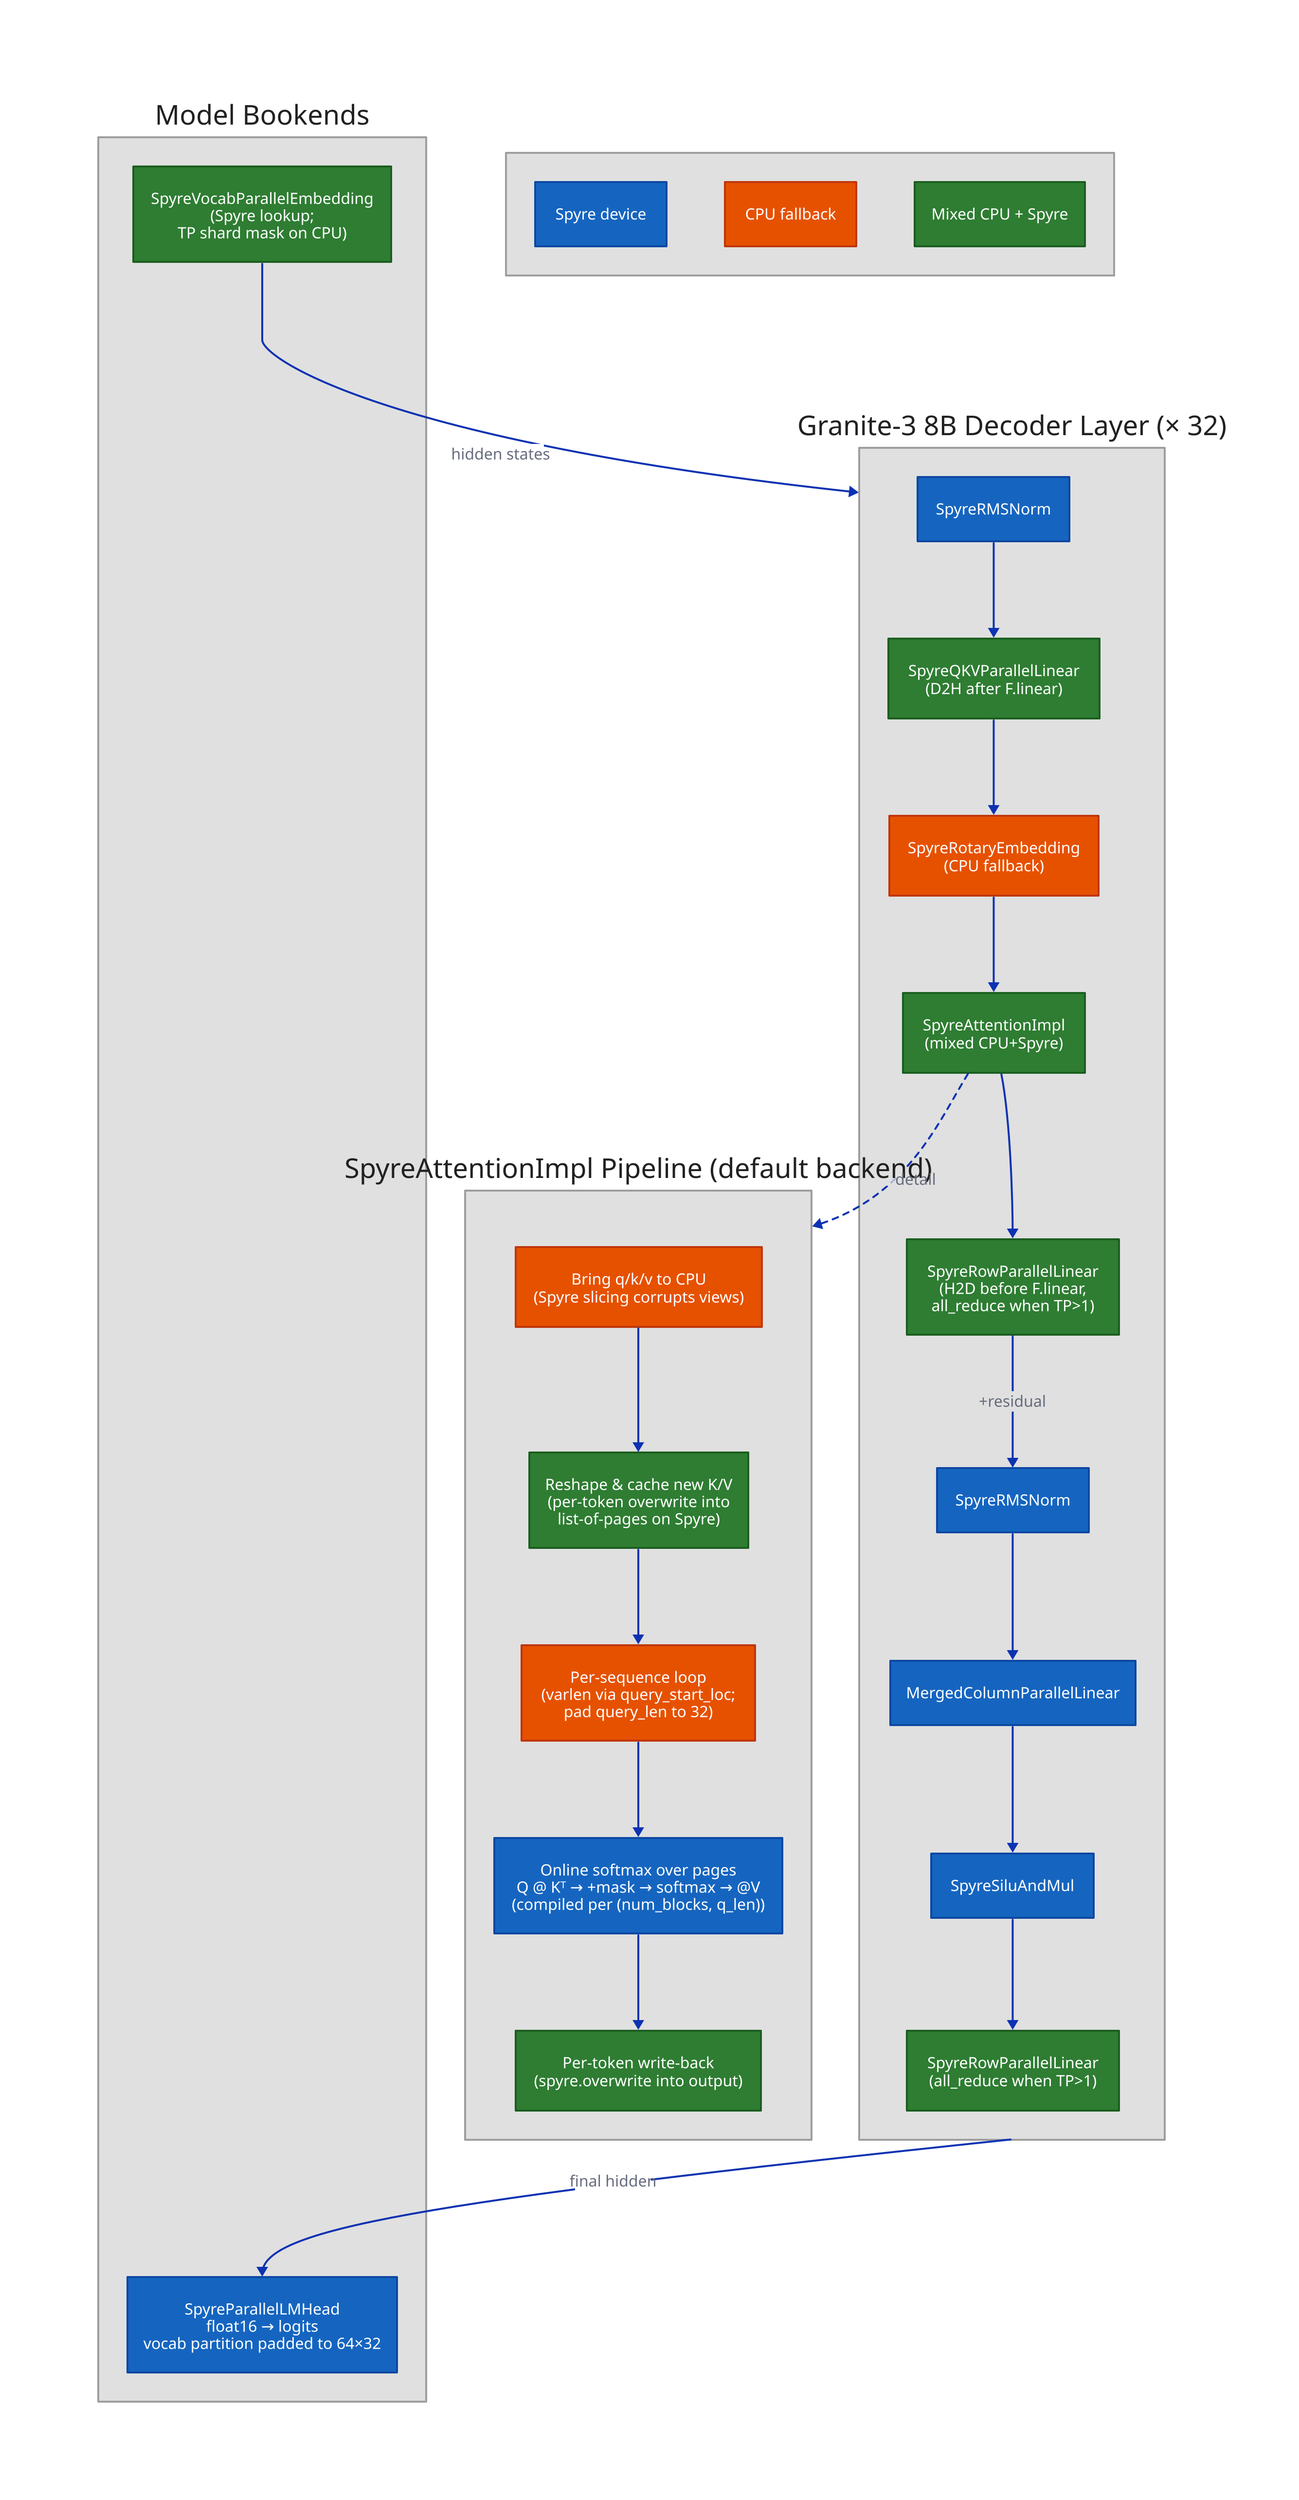
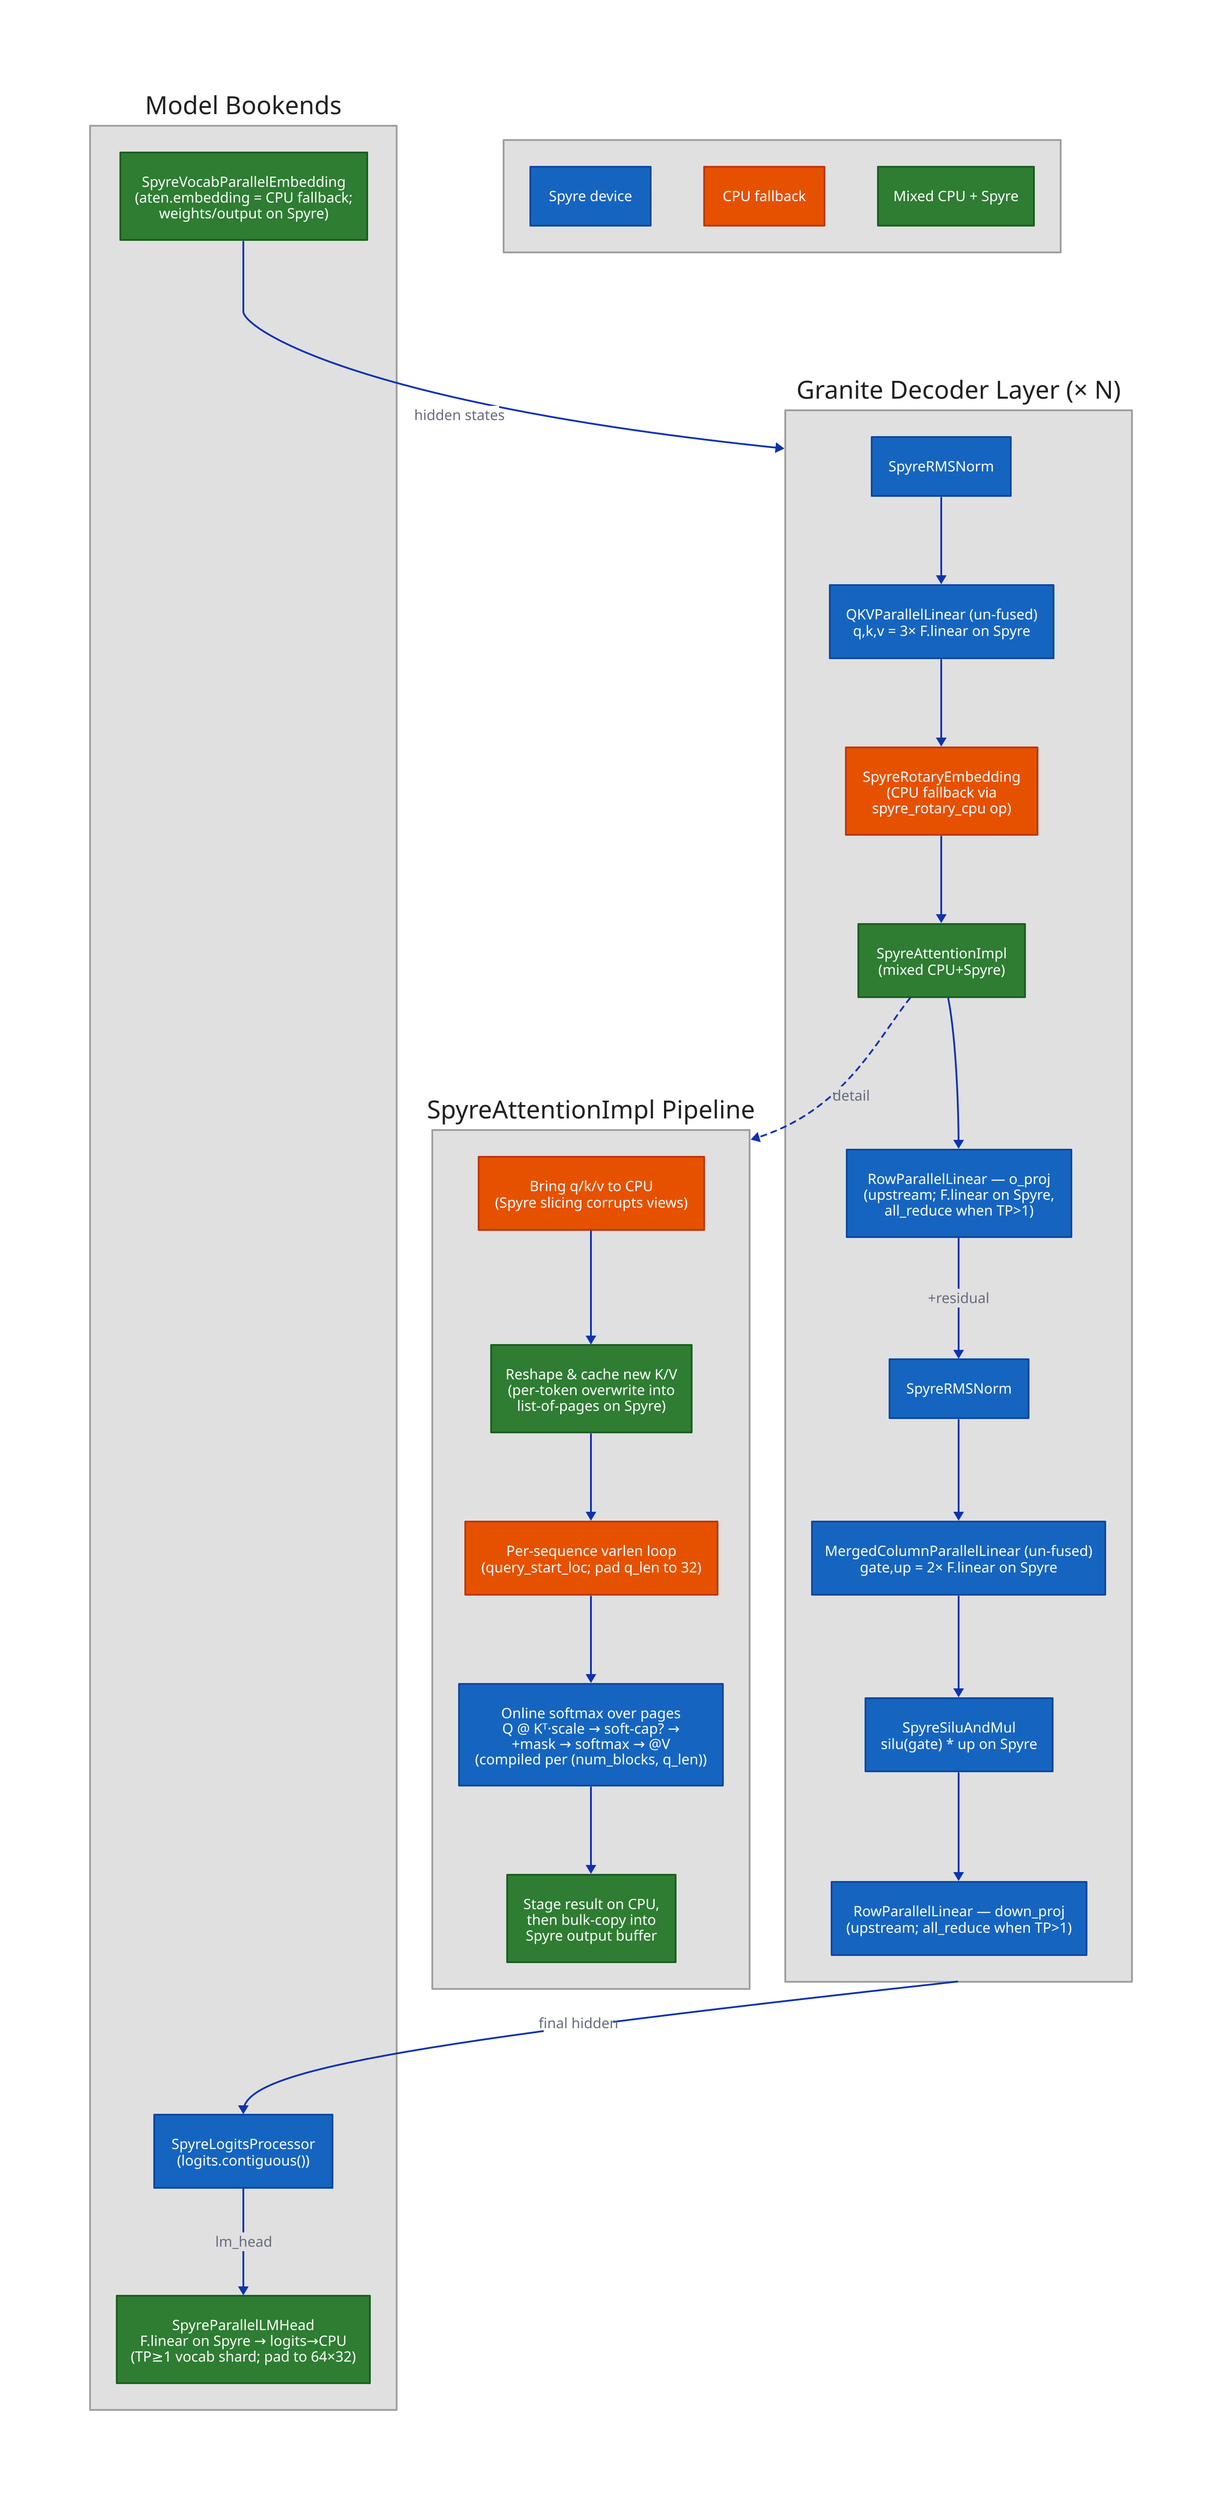
direction: down

bookends: "Model Bookends" {
  style.fill: "#e0e0e0"
  style.stroke: "#9e9e9e"
  style.font-color: "#212121"
  direction: right

-   EMB: "SpyreVocabParallelEmbedding\n(Spyre lookup;\nTP shard mask on CPU)" {
+   EMB: "SpyreVocabParallelEmbedding\n(aten.embedding = CPU fallback;\nweights/output on Spyre)" {
    style.fill: "#2e7d32"
    style.stroke: "#1b5e20"
    style.font-color: "#ffffff"
  }
-   LM: "SpyreParallelLMHead\nfloat16 → logits\nvocab partition padded to 64×32" {
+   LP: "SpyreLogitsProcessor\n(logits.contiguous())" {
    style.fill: "#1565c0"
    style.stroke: "#0d47a1"
    style.font-color: "#ffffff"
  }
+   LM: "SpyreParallelLMHead\nF.linear on Spyre → logits→CPU\n(TP≥1 vocab shard; pad to 64×32)" {
+     style.fill: "#2e7d32"
+     style.stroke: "#1b5e20"
+     style.font-color: "#ffffff"
+   }
}

- granite: "Granite-3 8B Decoder Layer (× 32)" {
+ granite: "Granite Decoder Layer (× N)" {
  style.fill: "#e0e0e0"
  style.stroke: "#9e9e9e"
  style.font-color: "#212121"

  N1: "SpyreRMSNorm" {
    style.fill: "#1565c0"
    style.stroke: "#0d47a1"
    style.font-color: "#ffffff"
  }
-   QKV: "SpyreQKVParallelLinear\n(D2H after F.linear)" {
-     style.fill: "#2e7d32"
-     style.stroke: "#1b5e20"
+   QKV: "QKVParallelLinear (un-fused)\nq,k,v = 3× F.linear on Spyre" {
+     style.fill: "#1565c0"
+     style.stroke: "#0d47a1"
    style.font-color: "#ffffff"
  }
-   ROPE: "SpyreRotaryEmbedding\n(CPU fallback)" {
+   ROPE: "SpyreRotaryEmbedding\n(CPU fallback via\nspyre_rotary_cpu op)" {
    style.fill: "#e65100"
    style.stroke: "#bf360c"
    style.font-color: "#ffffff"
  }
  ATTN: "SpyreAttentionImpl\n(mixed CPU+Spyre)" {
    style.fill: "#2e7d32"
    style.stroke: "#1b5e20"
    style.font-color: "#ffffff"
  }
-   O_PROJ: "SpyreRowParallelLinear\n(H2D before F.linear,\nall_reduce when TP>1)" {
-     style.fill: "#2e7d32"
-     style.stroke: "#1b5e20"
+   O_PROJ: "RowParallelLinear — o_proj\n(upstream; F.linear on Spyre,\nall_reduce when TP>1)" {
+     style.fill: "#1565c0"
+     style.stroke: "#0d47a1"
    style.font-color: "#ffffff"
  }
  N2: "SpyreRMSNorm" {
    style.fill: "#1565c0"
    style.stroke: "#0d47a1"
    style.font-color: "#ffffff"
  }
-   GATE: "MergedColumnParallelLinear" {
+   GATE: "MergedColumnParallelLinear (un-fused)\ngate,up = 2× F.linear on Spyre" {
    style.fill: "#1565c0"
    style.stroke: "#0d47a1"
    style.font-color: "#ffffff"
  }
-   ACT: "SpyreSiluAndMul" {
+   ACT: "SpyreSiluAndMul\nsilu(gate) * up on Spyre" {
    style.fill: "#1565c0"
    style.stroke: "#0d47a1"
    style.font-color: "#ffffff"
  }
-   DOWN: "SpyreRowParallelLinear\n(all_reduce when TP>1)" {
-     style.fill: "#2e7d32"
-     style.stroke: "#1b5e20"
+   DOWN: "RowParallelLinear — down_proj\n(upstream; all_reduce when TP>1)" {
+     style.fill: "#1565c0"
+     style.stroke: "#0d47a1"
    style.font-color: "#ffffff"
  }

  N1 -> QKV -> ROPE -> ATTN -> O_PROJ
  O_PROJ -> N2: "+residual"
  N2 -> GATE -> ACT -> DOWN
}

- attn_detail: "SpyreAttentionImpl Pipeline (default backend)" {
+ attn_detail: "SpyreAttentionImpl Pipeline" {
  style.fill: "#e0e0e0"
  style.stroke: "#9e9e9e"
  style.font-color: "#212121"

  S1: "Bring q/k/v to CPU\n(Spyre slicing corrupts views)" {
    style.fill: "#e65100"
    style.stroke: "#bf360c"
    style.font-color: "#ffffff"
  }
  S2: "Reshape & cache new K/V\n(per-token overwrite into\nlist-of-pages on Spyre)" {
    style.fill: "#2e7d32"
    style.stroke: "#1b5e20"
    style.font-color: "#ffffff"
  }
-   S3: "Per-sequence loop\n(varlen via query_start_loc;\npad query_len to 32)" {
+   S3: "Per-sequence varlen loop\n(query_start_loc; pad q_len to 32)" {
    style.fill: "#e65100"
    style.stroke: "#bf360c"
    style.font-color: "#ffffff"
  }
-   S4: "Online softmax over pages\nQ @ Kᵀ → +mask → softmax → @V\n(compiled per (num_blocks, q_len))" {
+   S4: "Online softmax over pages\nQ @ Kᵀ·scale → soft-cap? →\n+mask → softmax → @V\n(compiled per (num_blocks, q_len))" {
    style.fill: "#1565c0"
    style.stroke: "#0d47a1"
    style.font-color: "#ffffff"
  }
-   S5: "Per-token write-back\n(spyre.overwrite into output)" {
+   S5: "Stage result on CPU,\nthen bulk-copy into\nSpyre output buffer" {
    style.fill: "#2e7d32"
    style.stroke: "#1b5e20"
    style.font-color: "#ffffff"
  }

  S1 -> S2 -> S3 -> S4 -> S5
}

bookends.EMB -> granite: "hidden states"
- granite -> bookends.LM: "final hidden"
+ granite -> bookends.LP: "final hidden"
+ bookends.LP -> bookends.LM: "lm_head"
granite.ATTN -> attn_detail: "detail" {style.stroke-dash: 3}

legend: " " {
  style.fill: "#e0e0e0"
  style.stroke: "#9e9e9e"
  style.font-color: "#212121"
  direction: right

  L1: "Spyre device" {
    style.fill: "#1565c0"
    style.stroke: "#0d47a1"
    style.font-color: "#ffffff"
  }
  L2: "CPU fallback" {
    style.fill: "#e65100"
    style.stroke: "#bf360c"
    style.font-color: "#ffffff"
  }
  L3: "Mixed CPU + Spyre" {
    style.fill: "#2e7d32"
    style.stroke: "#1b5e20"
    style.font-color: "#ffffff"
  }
}
